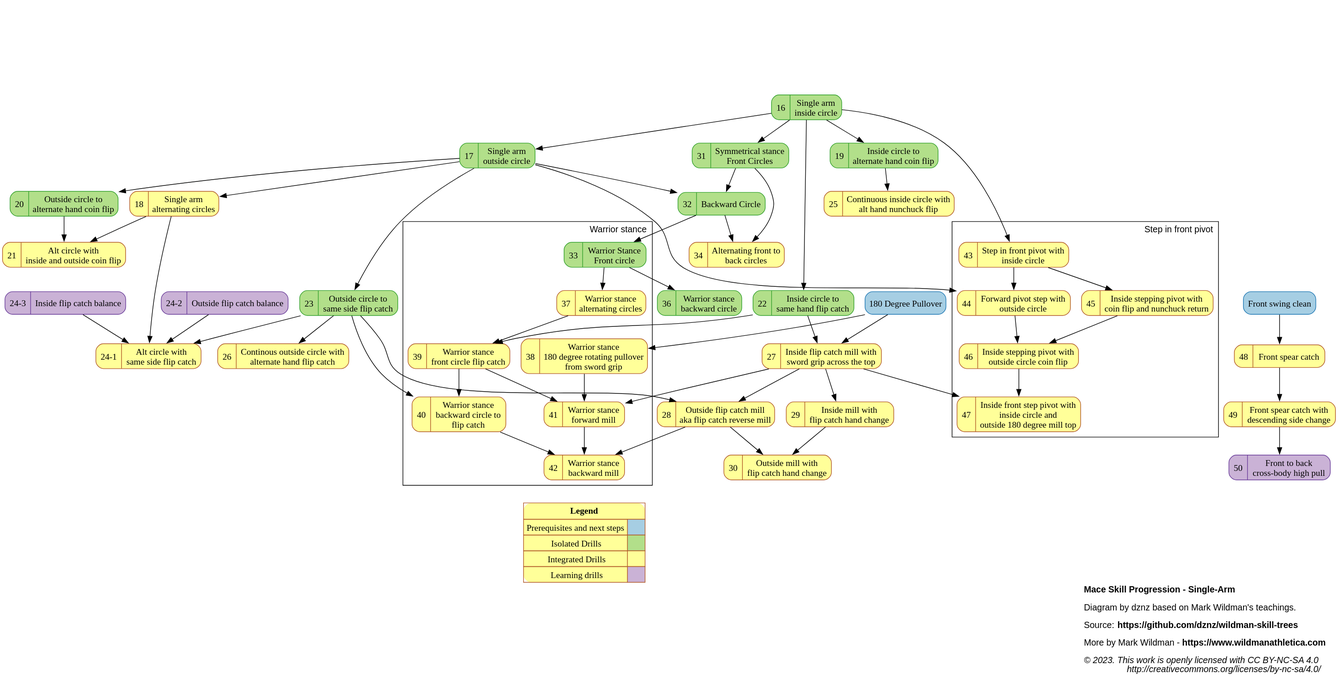
Before: dist/mace_progression_sa.svg, a diagram exported from PlantUML (dznz/wildman-skill-trees). Its source is kept beside it as src/mace/mace_progression_sa.puml.
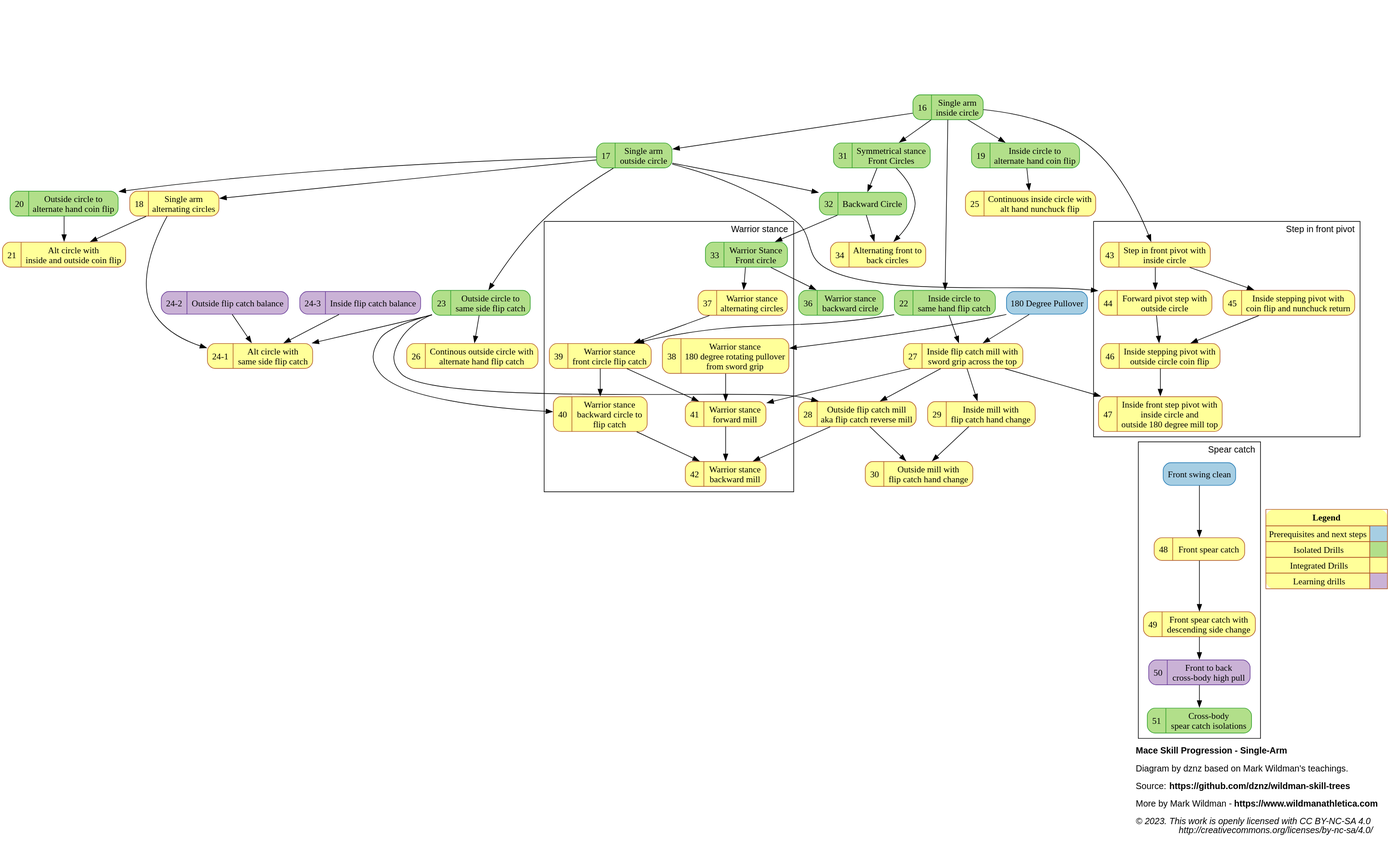
Later version of the same file.

Commit message:
feat(mace_progression): add M-51

Diff of the diagram source:
```diff
@@ -33,7 +33,7 @@
 
   subgraph isolated {
     node [color=4, fillcolor=3]
-    mov_16_saincircle, mov_17_saoutcircle, mov_19_incircle2altcoin, mov_20_outcircle2altcoin, mov_22_incircle2sameflip, mov_23_outcircle2sameflip, mov_242_outflip, mov_243_inflip, mov_31_frcircle, mov_32_bkcircle, mov_33_warfrcircle, mov_36_warbkcircle
+    mov_16_saincircle, mov_17_saoutcircle, mov_19_incircle2altcoin, mov_20_outcircle2altcoin, mov_22_incircle2sameflip, mov_23_outcircle2sameflip, mov_242_outflip, mov_243_inflip, mov_31_frcircle, mov_32_bkcircle, mov_33_warfrcircle, mov_36_warbkcircle, mov_51_xbodspear
   }
 
 mov_16_saincircle             [label="{{16  |Single arm\ninside circle}}"                     URL="https://www.youtube.com/watch?v=MSt1cYAiLzI" ]
@@ -76,6 +76,7 @@
 mov_48_frspear                 [label="{{48  |Front spear catch}}"                                                            URL="https://www.youtube.com/watch?v=hwQlmjHQsrg" ];
 mov_49_frspearwchange          [label="{{49  |Front spear catch with\ndescending side change}}"                               URL="https://www.youtube.com/watch?v=xzPiZZV2K4E" ];
 mov_50_f2bxbodhipull           [label="{{50  |Front to back\ncross-body high pull}}"                                          URL="https://www.youtube.com/watch?v=AoUxg7QE-xU" ];
+mov_51_xbodspear               [label="{{51  |Cross-body\nspear catch isolations}}"                                            URL="https://www.youtube.com/watch?v=VkwN58PBBSs" ];
 
 
     // Precursor
@@ -144,7 +145,10 @@
       mov_45_sifpivotwflip -> mov_46_sifpivotwoutcircleflip
       mov_46_sifpivotwoutcircleflip -> mov_47_sifpivotwincircleout180
     }
-    ext_frswingclean -> mov_48_frspear -> mov_49_frspearwchange -> mov_50_f2bxbodhipull
+    subgraph cluster_spear {
+      label="Spear catch"
+      ext_frswingclean -> mov_48_frspear -> mov_49_frspearwchange -> mov_50_f2bxbodhipull -> mov_51_xbodspear
+    }
 
     {rank=same;mov_23_outcircle2sameflip;mov_36_warbkcircle}
 
```
